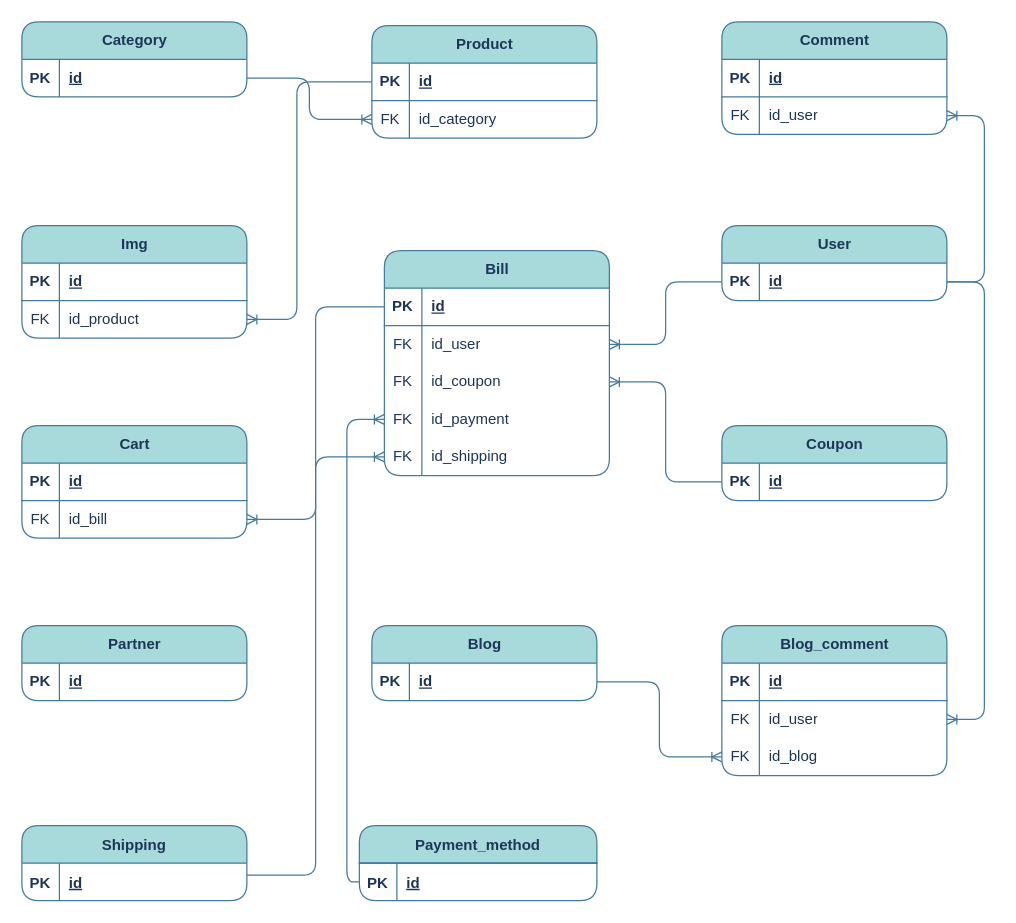
Above: page "ERD_Level-1" (2 of 3) of .vscode/LEGOUS_DIAGRAM.drawio in thanh8724/Legous (draw.io), before the change. Source tidied: cells renumbered, new cells numbered last; positions are measured from the earlier drawing's top-left corner, leaving out a move shared by most shapes. Both pictures are drawn from the tidied source at 125%, with x=0, y=0 at pixel (21, 21).
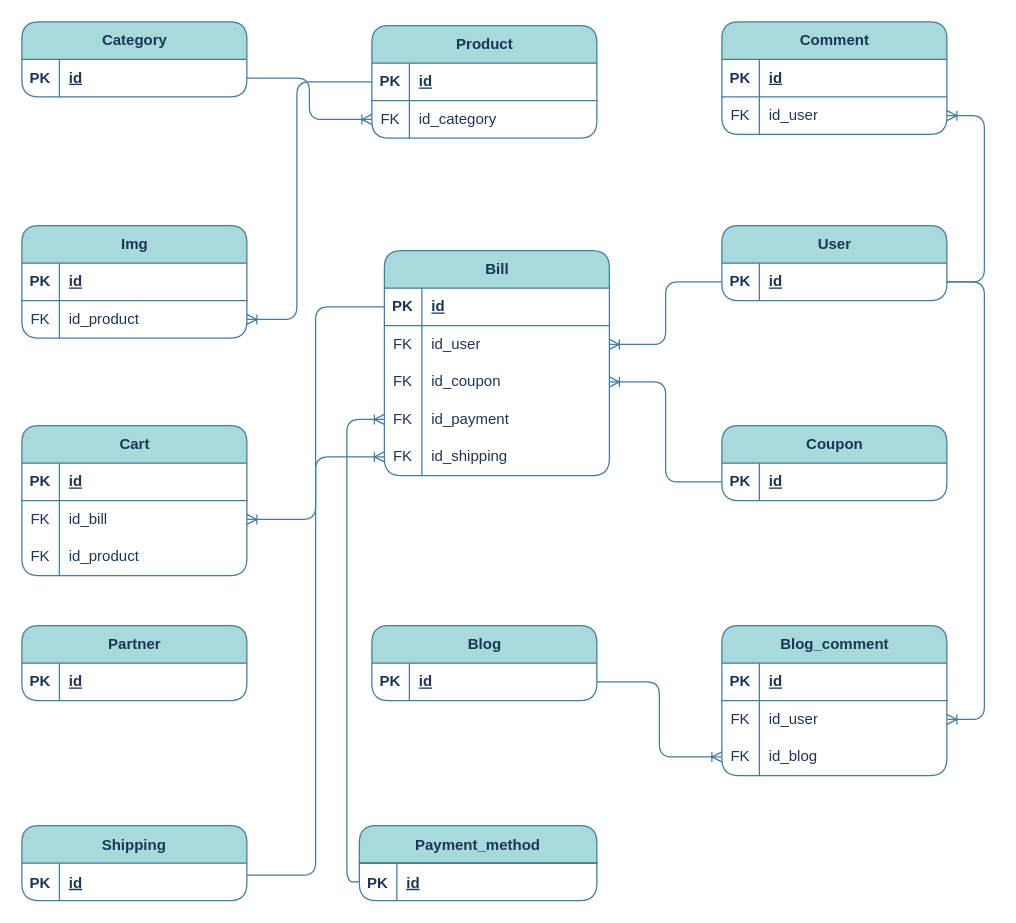
After the change.

The edit, as a diff of the source:
```diff
@@
     <mxCell id="20" value="Cart" style="shape=table;startSize=30;childLayout=tableLayout;rowLines=0;fontStyle=1;align=center;html=1;labelBackgroundColor=none;fillColor=#A8DADC;strokeColor=#457B9D;fontColor=#1D3557;rounded=1;" parent="1" vertex="1">
-      <mxGeometry y="323" width="180" height="90" as="geometry" />
+      <mxGeometry y="323" width="180" height="120" as="geometry" />
     </mxCell>
@@
+    <mxCell id="96" style="shape=tableRow;horizontal=0;startSize=0;swimlaneHead=0;swimlaneBody=0;fillColor=none;top=0;left=0;right=0;bottom=0;labelBackgroundColor=none;strokeColor=#457B9D;fontColor=#1D3557;rounded=1;" parent="20" vertex="1">
+      <mxGeometry y="90" width="180" height="30" as="geometry" />
+    </mxCell>
+    <mxCell id="97" value="FK" style="shape=partialRectangle;fillColor=none;top=0;left=0;bottom=0;right=0;fontStyle=0;overflow=hidden;whiteSpace=wrap;html=1;labelBackgroundColor=none;strokeColor=#457B9D;fontColor=#1D3557;rounded=1;" parent="96" vertex="1">
+      <mxGeometry width="30" height="30" as="geometry" />
+    </mxCell>
+    <mxCell id="98" value="id_product" style="shape=partialRectangle;fillColor=none;top=0;left=0;bottom=0;right=0;align=left;spacingLeft=6;fontStyle=0;overflow=hidden;whiteSpace=wrap;html=1;labelBackgroundColor=none;strokeColor=#457B9D;fontColor=#1D3557;rounded=1;" parent="96" vertex="1">
+      <mxGeometry x="30" width="150" height="30" as="geometry" />
+    </mxCell>
```
